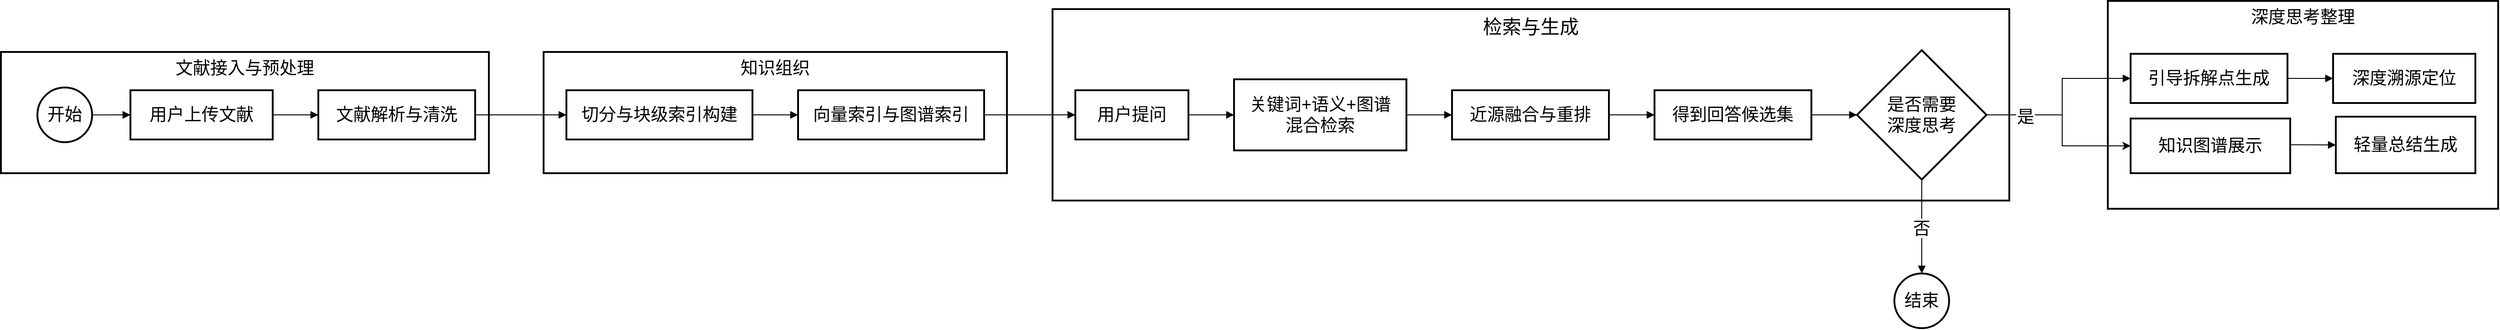
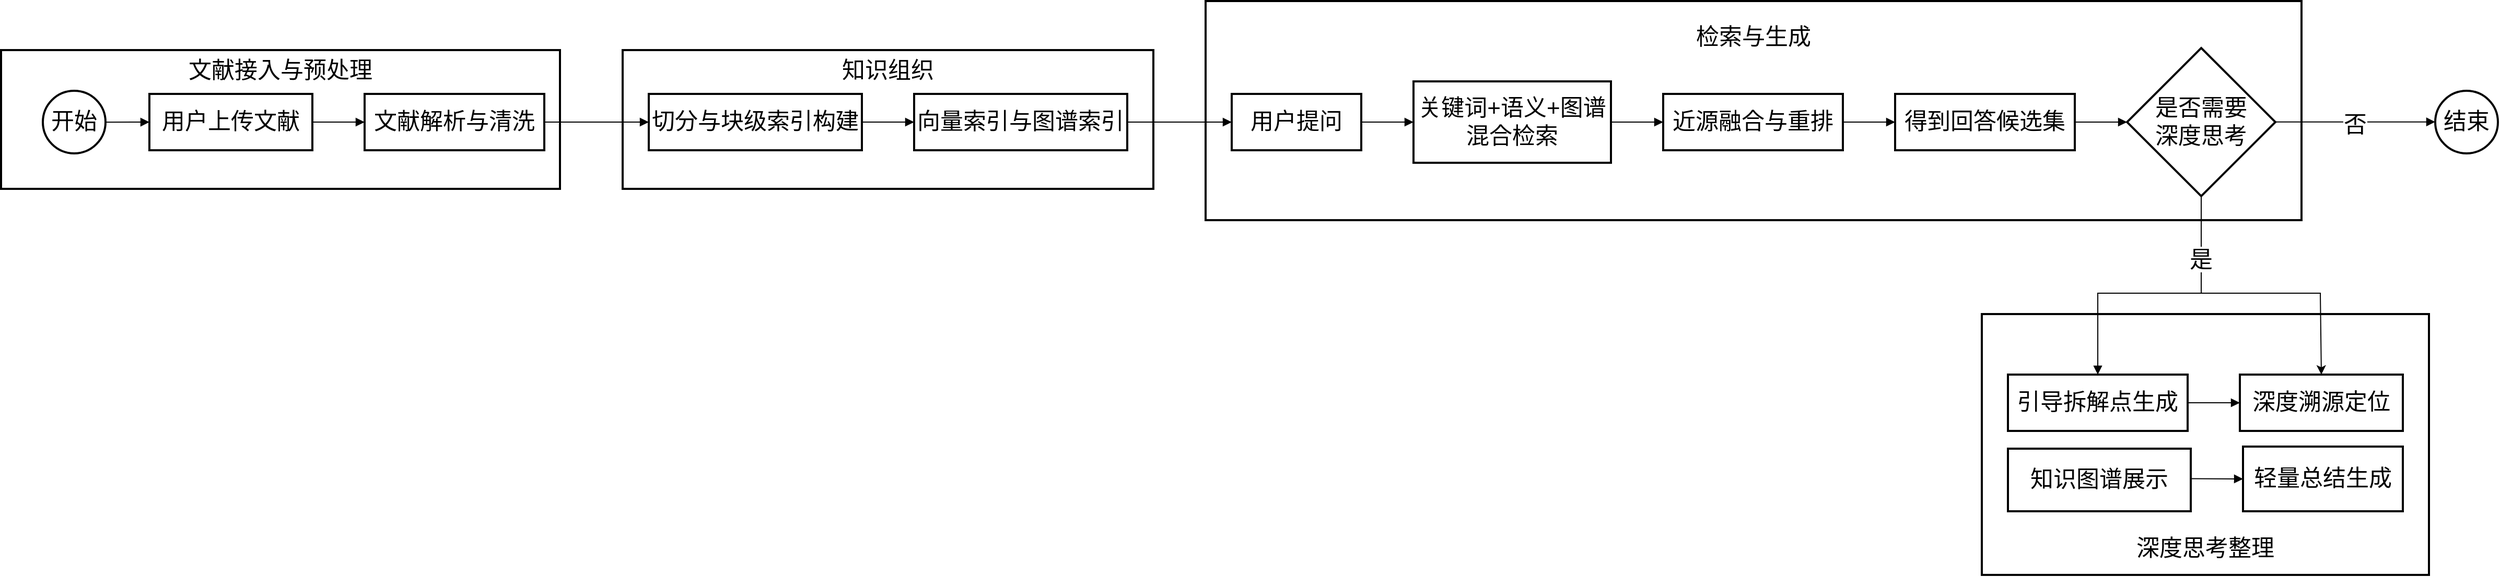
<mxfile host="app.diagrams.net">
  <diagram name="第 1 页" id="2H8UEYMegtQSnTJHRj4H">
-     <mxGraphModel dx="4020" dy="2320" grid="1" gridSize="10" guides="1" tooltips="1" connect="1" arrows="1" fold="1" page="0" pageScale="1" pageWidth="827" pageHeight="1169" math="0" shadow="0">
+     <mxGraphModel dx="2518" dy="1249" grid="1" gridSize="10" guides="1" tooltips="1" connect="1" arrows="1" fold="1" page="0" pageScale="1" pageWidth="827" pageHeight="1169" math="0" shadow="0">
      <root>
        <mxCell id="0" />
        <mxCell id="1" parent="0" />
-         <mxCell id="Jbjb2MNiFPxOKgmF51N8-1" parent="1" style="whiteSpace=wrap;strokeWidth=2;fontSize=19;verticalAlign=top;" value="深度思考整理" vertex="1">
-           <mxGeometry height="228" width="428" x="2320" y="61" as="geometry" />
+         <mxCell id="Jbjb2MNiFPxOKgmF51N8-1" parent="1" style="whiteSpace=wrap;strokeWidth=2;fontSize=22;verticalAlign=bottom;spacingBottom=10;" value="深度思考整理" vertex="1">
+           <mxGeometry height="250" width="428" x="1906" y="370" as="geometry" />
        </mxCell>
-         <mxCell id="Jbjb2MNiFPxOKgmF51N8-2" parent="1" style="whiteSpace=wrap;strokeWidth=2;fontSize=21;verticalAlign=top;" value="检索与生成" vertex="1">
+         <mxCell id="Jbjb2MNiFPxOKgmF51N8-2" parent="1" style="whiteSpace=wrap;strokeWidth=2;fontSize=22;verticalAlign=top;spacingTop=15;" value="检索与生成" vertex="1">
          <mxGeometry height="210" width="1049" x="1163" y="70" as="geometry" />
        </mxCell>
-         <mxCell id="Jbjb2MNiFPxOKgmF51N8-3" parent="1" style="whiteSpace=wrap;strokeWidth=2;fontSize=19;verticalAlign=top;" value="知识组织" vertex="1">
+         <mxCell id="Jbjb2MNiFPxOKgmF51N8-3" parent="1" style="whiteSpace=wrap;strokeWidth=2;fontSize=22;verticalAlign=top;" value="知识组织" vertex="1">
          <mxGeometry height="133" width="508" x="605" y="117" as="geometry" />
        </mxCell>
-         <mxCell id="Jbjb2MNiFPxOKgmF51N8-4" parent="1" style="whiteSpace=wrap;strokeWidth=2;fontSize=19;verticalAlign=top;" value="文献接入与预处理" vertex="1">
+         <mxCell id="Jbjb2MNiFPxOKgmF51N8-4" parent="1" style="whiteSpace=wrap;strokeWidth=2;fontSize=22;verticalAlign=top;" value="文献接入与预处理" vertex="1">
          <mxGeometry height="133" width="535" x="10" y="117" as="geometry" />
        </mxCell>
-         <mxCell id="Jbjb2MNiFPxOKgmF51N8-6" parent="1" style="whiteSpace=wrap;strokeWidth=2;fontSize=19;" value="用户上传文献" vertex="1">
+         <mxCell id="Jbjb2MNiFPxOKgmF51N8-6" parent="1" style="whiteSpace=wrap;strokeWidth=2;fontSize=22;" value="用户上传文献" vertex="1">
          <mxGeometry height="54" width="156" x="152" y="159" as="geometry" />
        </mxCell>
-         <mxCell id="Jbjb2MNiFPxOKgmF51N8-7" parent="1" style="whiteSpace=wrap;strokeWidth=2;fontSize=19;" value="文献解析与清洗" vertex="1">
+         <mxCell id="Jbjb2MNiFPxOKgmF51N8-7" parent="1" style="whiteSpace=wrap;strokeWidth=2;fontSize=22;" value="文献解析与清洗" vertex="1">
          <mxGeometry height="54" width="172" x="358" y="159" as="geometry" />
        </mxCell>
-         <mxCell id="Jbjb2MNiFPxOKgmF51N8-8" parent="1" style="whiteSpace=wrap;strokeWidth=2;fontSize=19;" value="切分与块级索引构建" vertex="1">
+         <mxCell id="Jbjb2MNiFPxOKgmF51N8-8" parent="1" style="whiteSpace=wrap;strokeWidth=2;fontSize=22;" value="切分与块级索引构建" vertex="1">
          <mxGeometry height="54" width="204" x="630" y="159" as="geometry" />
        </mxCell>
-         <mxCell id="Jbjb2MNiFPxOKgmF51N8-9" parent="1" style="whiteSpace=wrap;strokeWidth=2;fontSize=19;" value="向量索引与图谱索引" vertex="1">
+         <mxCell id="Jbjb2MNiFPxOKgmF51N8-9" parent="1" style="whiteSpace=wrap;strokeWidth=2;fontSize=22;" value="向量索引与图谱索引" vertex="1">
          <mxGeometry height="54" width="204" x="884" y="159" as="geometry" />
        </mxCell>
-         <mxCell id="Jbjb2MNiFPxOKgmF51N8-10" parent="1" style="whiteSpace=wrap;strokeWidth=2;fontSize=19;" value="用户提问" vertex="1">
+         <mxCell id="Jbjb2MNiFPxOKgmF51N8-10" parent="1" style="whiteSpace=wrap;strokeWidth=2;fontSize=22;" value="用户提问" vertex="1">
          <mxGeometry height="54" width="124" x="1188" y="159" as="geometry" />
        </mxCell>
-         <mxCell id="Jbjb2MNiFPxOKgmF51N8-11" parent="1" style="whiteSpace=wrap;strokeWidth=2;fontSize=19;" value="关键词+语义+图谱&#xa;混合检索" vertex="1">
+         <mxCell id="Jbjb2MNiFPxOKgmF51N8-11" parent="1" style="whiteSpace=wrap;strokeWidth=2;fontSize=22;" value="关键词+语义+图谱&#xa;混合检索" vertex="1">
          <mxGeometry height="78" width="189" x="1362" y="147" as="geometry" />
        </mxCell>
-         <mxCell id="Jbjb2MNiFPxOKgmF51N8-12" parent="1" style="whiteSpace=wrap;strokeWidth=2;fontSize=19;" value="近源融合与重排" vertex="1">
+         <mxCell id="Jbjb2MNiFPxOKgmF51N8-12" parent="1" style="whiteSpace=wrap;strokeWidth=2;fontSize=22;" value="近源融合与重排" vertex="1">
          <mxGeometry height="54" width="172" x="1601" y="159" as="geometry" />
        </mxCell>
-         <mxCell id="Jbjb2MNiFPxOKgmF51N8-13" parent="1" style="whiteSpace=wrap;strokeWidth=2;fontSize=19;" value="得到回答候选集" vertex="1">
+         <mxCell id="Jbjb2MNiFPxOKgmF51N8-13" parent="1" style="whiteSpace=wrap;strokeWidth=2;fontSize=22;" value="得到回答候选集" vertex="1">
          <mxGeometry height="54" width="172" x="1823" y="159" as="geometry" />
        </mxCell>
-         <mxCell id="Jbjb2MNiFPxOKgmF51N8-14" parent="1" style="rhombus;strokeWidth=2;whiteSpace=wrap;fontSize=19;" value="是否需要&#xa;深度思考" vertex="1">
+         <mxCell id="Jbjb2MNiFPxOKgmF51N8-14" parent="1" style="rhombus;strokeWidth=2;whiteSpace=wrap;fontSize=22;" value="是否需要&#xa;深度思考" vertex="1">
          <mxGeometry height="142" width="142" x="2045" y="115" as="geometry" />
        </mxCell>
-         <mxCell id="Jbjb2MNiFPxOKgmF51N8-15" parent="1" style="whiteSpace=wrap;strokeWidth=2;fontSize=19;" value="引导拆解点生成" vertex="1">
-           <mxGeometry height="54" width="172" x="2345" y="119" as="geometry" />
+         <mxCell id="Jbjb2MNiFPxOKgmF51N8-15" parent="1" style="whiteSpace=wrap;strokeWidth=2;fontSize=22;" value="引导拆解点生成" vertex="1">
+           <mxGeometry height="54" width="172" x="1931" y="428" as="geometry" />
        </mxCell>
-         <mxCell id="Jbjb2MNiFPxOKgmF51N8-16" parent="1" style="whiteSpace=wrap;strokeWidth=2;fontSize=19;" value="深度溯源定位" vertex="1">
-           <mxGeometry height="54" width="156" x="2567" y="119" as="geometry" />
+         <mxCell id="Jbjb2MNiFPxOKgmF51N8-16" parent="1" style="whiteSpace=wrap;strokeWidth=2;fontSize=22;" value="深度溯源定位" vertex="1">
+           <mxGeometry height="54" width="156" x="2153" y="428" as="geometry" />
        </mxCell>
-         <mxCell id="Jbjb2MNiFPxOKgmF51N8-17" parent="1" style="whiteSpace=wrap;strokeWidth=2;fontSize=19;" value="知识图谱展示" vertex="1">
-           <mxGeometry height="60" width="175" x="2345" y="190" as="geometry" />
+         <mxCell id="Jbjb2MNiFPxOKgmF51N8-17" parent="1" style="whiteSpace=wrap;strokeWidth=2;fontSize=22;" value="知识图谱展示" vertex="1">
+           <mxGeometry height="60" width="175" x="1931" y="499" as="geometry" />
        </mxCell>
-         <mxCell id="Jbjb2MNiFPxOKgmF51N8-18" parent="1" style="whiteSpace=wrap;strokeWidth=2;fontSize=19;" value="轻量总结生成" vertex="1">
-           <mxGeometry height="62" width="153" x="2570" y="188" as="geometry" />
+         <mxCell id="Jbjb2MNiFPxOKgmF51N8-18" parent="1" style="whiteSpace=wrap;strokeWidth=2;fontSize=22;" value="轻量总结生成" vertex="1">
+           <mxGeometry height="62" width="153" x="2156" y="497" as="geometry" />
        </mxCell>
-         <mxCell id="Jbjb2MNiFPxOKgmF51N8-20" edge="1" parent="1" style="curved=1;startArrow=none;endArrow=block;exitX=1;exitY=0.49;entryX=0;entryY=0.5;rounded=0;fontSize=19;" target="Jbjb2MNiFPxOKgmF51N8-6" value="">
+         <mxCell id="Jbjb2MNiFPxOKgmF51N8-20" edge="1" parent="1" style="curved=1;startArrow=none;endArrow=block;exitX=1;exitY=0.49;entryX=0;entryY=0.5;rounded=0;fontSize=22;" target="Jbjb2MNiFPxOKgmF51N8-6" value="">
          <mxGeometry relative="1" as="geometry">
            <Array as="points" />
            <mxPoint x="102" y="186.11" as="sourcePoint" />
          </mxGeometry>
        </mxCell>
-         <mxCell id="Jbjb2MNiFPxOKgmF51N8-21" edge="1" parent="1" source="Jbjb2MNiFPxOKgmF51N8-6" style="curved=1;startArrow=none;endArrow=block;exitX=1;exitY=0.5;entryX=0;entryY=0.5;rounded=0;fontSize=19;" target="Jbjb2MNiFPxOKgmF51N8-7" value="">
+         <mxCell id="Jbjb2MNiFPxOKgmF51N8-21" edge="1" parent="1" source="Jbjb2MNiFPxOKgmF51N8-6" style="curved=1;startArrow=none;endArrow=block;exitX=1;exitY=0.5;entryX=0;entryY=0.5;rounded=0;fontSize=22;" target="Jbjb2MNiFPxOKgmF51N8-7" value="">
          <mxGeometry relative="1" as="geometry">
            <Array as="points" />
          </mxGeometry>
        </mxCell>
-         <mxCell id="Jbjb2MNiFPxOKgmF51N8-22" edge="1" parent="1" source="Jbjb2MNiFPxOKgmF51N8-8" style="curved=1;startArrow=none;endArrow=block;exitX=1;exitY=0.5;entryX=0;entryY=0.5;rounded=0;fontSize=19;" target="Jbjb2MNiFPxOKgmF51N8-9" value="">
+         <mxCell id="Jbjb2MNiFPxOKgmF51N8-22" edge="1" parent="1" source="Jbjb2MNiFPxOKgmF51N8-8" style="curved=1;startArrow=none;endArrow=block;exitX=1;exitY=0.5;entryX=0;entryY=0.5;rounded=0;fontSize=22;" target="Jbjb2MNiFPxOKgmF51N8-9" value="">
          <mxGeometry relative="1" as="geometry">
            <Array as="points" />
          </mxGeometry>
        </mxCell>
-         <mxCell id="Jbjb2MNiFPxOKgmF51N8-23" edge="1" parent="1" source="Jbjb2MNiFPxOKgmF51N8-10" style="curved=1;startArrow=none;endArrow=block;exitX=1;exitY=0.5;entryX=0;entryY=0.5;rounded=0;fontSize=19;" target="Jbjb2MNiFPxOKgmF51N8-11" value="">
+         <mxCell id="Jbjb2MNiFPxOKgmF51N8-23" edge="1" parent="1" source="Jbjb2MNiFPxOKgmF51N8-10" style="curved=1;startArrow=none;endArrow=block;exitX=1;exitY=0.5;entryX=0;entryY=0.5;rounded=0;fontSize=22;" target="Jbjb2MNiFPxOKgmF51N8-11" value="">
          <mxGeometry relative="1" as="geometry">
            <Array as="points" />
          </mxGeometry>
        </mxCell>
-         <mxCell id="Jbjb2MNiFPxOKgmF51N8-24" edge="1" parent="1" source="Jbjb2MNiFPxOKgmF51N8-11" style="curved=1;startArrow=none;endArrow=block;exitX=1;exitY=0.5;entryX=0;entryY=0.5;rounded=0;fontSize=19;" target="Jbjb2MNiFPxOKgmF51N8-12" value="">
+         <mxCell id="Jbjb2MNiFPxOKgmF51N8-24" edge="1" parent="1" source="Jbjb2MNiFPxOKgmF51N8-11" style="curved=1;startArrow=none;endArrow=block;exitX=1;exitY=0.5;entryX=0;entryY=0.5;rounded=0;fontSize=22;" target="Jbjb2MNiFPxOKgmF51N8-12" value="">
          <mxGeometry relative="1" as="geometry">
            <Array as="points" />
          </mxGeometry>
        </mxCell>
-         <mxCell id="Jbjb2MNiFPxOKgmF51N8-25" edge="1" parent="1" source="Jbjb2MNiFPxOKgmF51N8-12" style="curved=1;startArrow=none;endArrow=block;exitX=1;exitY=0.5;entryX=0;entryY=0.5;rounded=0;fontSize=19;" target="Jbjb2MNiFPxOKgmF51N8-13" value="">
+         <mxCell id="Jbjb2MNiFPxOKgmF51N8-25" edge="1" parent="1" source="Jbjb2MNiFPxOKgmF51N8-12" style="curved=1;startArrow=none;endArrow=block;exitX=1;exitY=0.5;entryX=0;entryY=0.5;rounded=0;fontSize=22;" target="Jbjb2MNiFPxOKgmF51N8-13" value="">
          <mxGeometry relative="1" as="geometry">
            <Array as="points" />
          </mxGeometry>
        </mxCell>
-         <mxCell id="Jbjb2MNiFPxOKgmF51N8-26" edge="1" parent="1" source="Jbjb2MNiFPxOKgmF51N8-13" style="curved=1;startArrow=none;endArrow=block;exitX=1;exitY=0.5;entryX=0;entryY=0.5;rounded=0;fontSize=19;" target="Jbjb2MNiFPxOKgmF51N8-14" value="">
+         <mxCell id="Jbjb2MNiFPxOKgmF51N8-26" edge="1" parent="1" source="Jbjb2MNiFPxOKgmF51N8-13" style="curved=1;startArrow=none;endArrow=block;exitX=1;exitY=0.5;entryX=0;entryY=0.5;rounded=0;fontSize=22;" target="Jbjb2MNiFPxOKgmF51N8-14" value="">
          <mxGeometry relative="1" as="geometry">
            <Array as="points" />
          </mxGeometry>
        </mxCell>
-         <mxCell id="Jbjb2MNiFPxOKgmF51N8-27" edge="1" parent="1" source="Jbjb2MNiFPxOKgmF51N8-15" style="curved=1;startArrow=none;endArrow=block;exitX=1;exitY=0.5;entryX=0;entryY=0.5;rounded=0;fontSize=19;" target="Jbjb2MNiFPxOKgmF51N8-16" value="">
+         <mxCell id="Jbjb2MNiFPxOKgmF51N8-27" edge="1" parent="1" source="Jbjb2MNiFPxOKgmF51N8-15" style="curved=1;startArrow=none;endArrow=block;exitX=1;exitY=0.5;entryX=0;entryY=0.5;rounded=0;fontSize=22;" target="Jbjb2MNiFPxOKgmF51N8-16" value="">
          <mxGeometry relative="1" as="geometry">
            <Array as="points" />
          </mxGeometry>
        </mxCell>
-         <mxCell id="Jbjb2MNiFPxOKgmF51N8-28" edge="1" parent="1" source="Jbjb2MNiFPxOKgmF51N8-17" style="curved=1;startArrow=none;endArrow=block;exitX=1;exitY=0.48;entryX=0;entryY=0.5;rounded=0;fontSize=19;entryDx=0;entryDy=0;exitDx=0;exitDy=0;exitPerimeter=0;" target="Jbjb2MNiFPxOKgmF51N8-18" value="">
+         <mxCell id="Jbjb2MNiFPxOKgmF51N8-28" edge="1" parent="1" source="Jbjb2MNiFPxOKgmF51N8-17" style="curved=1;startArrow=none;endArrow=block;exitX=1;exitY=0.48;entryX=0;entryY=0.5;rounded=0;fontSize=22;entryDx=0;entryDy=0;exitDx=0;exitDy=0;exitPerimeter=0;" target="Jbjb2MNiFPxOKgmF51N8-18" value="">
          <mxGeometry relative="1" as="geometry">
            <Array as="points" />
          </mxGeometry>
        </mxCell>
-         <mxCell id="Jbjb2MNiFPxOKgmF51N8-29" edge="1" parent="1" source="Jbjb2MNiFPxOKgmF51N8-7" style="curved=1;startArrow=none;endArrow=block;exitX=1;exitY=0.5;entryX=0;entryY=0.5;rounded=0;fontSize=19;exitDx=0;exitDy=0;" target="Jbjb2MNiFPxOKgmF51N8-8" value="">
+         <mxCell id="Jbjb2MNiFPxOKgmF51N8-29" edge="1" parent="1" source="Jbjb2MNiFPxOKgmF51N8-7" style="curved=1;startArrow=none;endArrow=block;exitX=1;exitY=0.5;entryX=0;entryY=0.5;rounded=0;fontSize=22;exitDx=0;exitDy=0;" target="Jbjb2MNiFPxOKgmF51N8-8" value="">
          <mxGeometry relative="1" as="geometry">
            <Array as="points" />
          </mxGeometry>
        </mxCell>
-         <mxCell id="Jbjb2MNiFPxOKgmF51N8-30" edge="1" parent="1" source="Jbjb2MNiFPxOKgmF51N8-9" style="curved=1;startArrow=none;endArrow=block;exitX=1;exitY=0.5;entryX=0;entryY=0.5;rounded=0;fontSize=19;" target="Jbjb2MNiFPxOKgmF51N8-10" value="">
+         <mxCell id="Jbjb2MNiFPxOKgmF51N8-30" edge="1" parent="1" source="Jbjb2MNiFPxOKgmF51N8-9" style="curved=1;startArrow=none;endArrow=block;exitX=1;exitY=0.5;entryX=0;entryY=0.5;rounded=0;fontSize=22;" target="Jbjb2MNiFPxOKgmF51N8-10" value="">
          <mxGeometry relative="1" as="geometry">
            <Array as="points" />
          </mxGeometry>
        </mxCell>
-         <mxCell id="Jbjb2MNiFPxOKgmF51N8-31" edge="1" parent="1" source="Jbjb2MNiFPxOKgmF51N8-14" style="curved=0;startArrow=none;endArrow=block;exitX=1;exitY=0.5;rounded=0;fontSize=19;exitDx=0;exitDy=0;entryX=0;entryY=0.5;entryDx=0;entryDy=0;" target="Jbjb2MNiFPxOKgmF51N8-15" value="是">
+         <mxCell id="Jbjb2MNiFPxOKgmF51N8-31" edge="1" parent="1" style="curved=0;startArrow=none;endArrow=block;exitX=1;exitY=0.5;rounded=0;fontSize=22;exitDx=0;exitDy=0;entryX=0.5;entryY=0;entryDx=0;entryDy=0;" target="Jbjb2MNiFPxOKgmF51N8-15" value="是">
          <mxGeometry relative="1" x="-0.5657" as="geometry">
            <mxPoint as="offset" />
            <Array as="points">
-               <mxPoint x="2270" y="186" />
-               <mxPoint x="2270" y="146" />
+               <mxPoint x="2116" y="301" />
+               <mxPoint x="2116" y="350" />
+               <mxPoint x="2017" y="350" />
            </Array>
-             <mxPoint x="2340" y="146" as="targetPoint" />
+             <mxPoint x="2116" y="257" as="sourcePoint" />
+             <mxPoint x="2036" y="401" as="targetPoint" />
          </mxGeometry>
        </mxCell>
-         <mxCell id="Jbjb2MNiFPxOKgmF51N8-33" edge="1" parent="1" source="Jbjb2MNiFPxOKgmF51N8-14" style="curved=0;startArrow=none;endArrow=block;exitX=0.5;exitY=1;entryX=0.5;entryY=0;rounded=0;fontSize=19;exitDx=0;exitDy=0;entryDx=0;entryDy=0;" target="Jbjb2MNiFPxOKgmF51N8-36" value="否">
+         <mxCell id="Jbjb2MNiFPxOKgmF51N8-33" edge="1" parent="1" style="curved=0;startArrow=none;endArrow=block;exitX=0.5;exitY=0;rounded=0;fontSize=22;exitDx=0;exitDy=0;" value="否">
          <mxGeometry relative="1" as="geometry">
            <Array as="points" />
+             <mxPoint x="2187" y="185.84999999999988" as="sourcePoint" />
+             <mxPoint x="2340" y="185.85" as="targetPoint" />
          </mxGeometry>
        </mxCell>
-         <mxCell id="Jbjb2MNiFPxOKgmF51N8-35" parent="1" style="ellipse;whiteSpace=wrap;html=1;aspect=fixed;strokeWidth=2;" value="&lt;font style=&quot;font-size: 19px;&quot;&gt;开始&lt;/font&gt;" vertex="1">
+         <mxCell id="Jbjb2MNiFPxOKgmF51N8-35" parent="1" style="ellipse;whiteSpace=wrap;html=1;aspect=fixed;strokeWidth=2;fontSize=22;" value="&lt;font&gt;开始&lt;/font&gt;" vertex="1">
          <mxGeometry height="60" width="60" x="50" y="156" as="geometry" />
        </mxCell>
-         <mxCell id="Jbjb2MNiFPxOKgmF51N8-36" parent="1" style="ellipse;whiteSpace=wrap;html=1;aspect=fixed;strokeWidth=2;" value="&lt;font style=&quot;font-size: 19px;&quot;&gt;结束&lt;/font&gt;" vertex="1">
-           <mxGeometry height="60" width="60" x="2086" y="360" as="geometry" />
+         <mxCell id="Jbjb2MNiFPxOKgmF51N8-36" parent="1" style="ellipse;whiteSpace=wrap;html=1;aspect=fixed;strokeWidth=2;fontSize=22;direction=west;" value="&lt;font&gt;结束&lt;/font&gt;" vertex="1">
+           <mxGeometry height="60" width="60" x="2340" y="156" as="geometry" />
        </mxCell>
-         <mxCell id="Jbjb2MNiFPxOKgmF51N8-37" edge="1" parent="1" style="endArrow=classic;html=1;rounded=0;entryX=0;entryY=0.5;entryDx=0;entryDy=0;" target="Jbjb2MNiFPxOKgmF51N8-17" value="">
+         <mxCell id="Jbjb2MNiFPxOKgmF51N8-37" edge="1" parent="1" style="endArrow=classic;html=1;rounded=0;fontSize=22;entryX=0.5;entryY=0;entryDx=0;entryDy=0;" target="Jbjb2MNiFPxOKgmF51N8-16" value="">
          <mxGeometry height="50" relative="1" width="50" as="geometry">
            <Array as="points">
-               <mxPoint x="2270" y="220" />
+               <mxPoint x="2230" y="350" />
            </Array>
-             <mxPoint x="2270" y="180" as="sourcePoint" />
-             <mxPoint x="2270" y="240" as="targetPoint" />
+             <mxPoint x="2116" y="350" as="sourcePoint" />
+             <mxPoint x="2196" y="401" as="targetPoint" />
          </mxGeometry>
        </mxCell>
      </root>
    </mxGraphModel>
  </diagram>
</mxfile>
